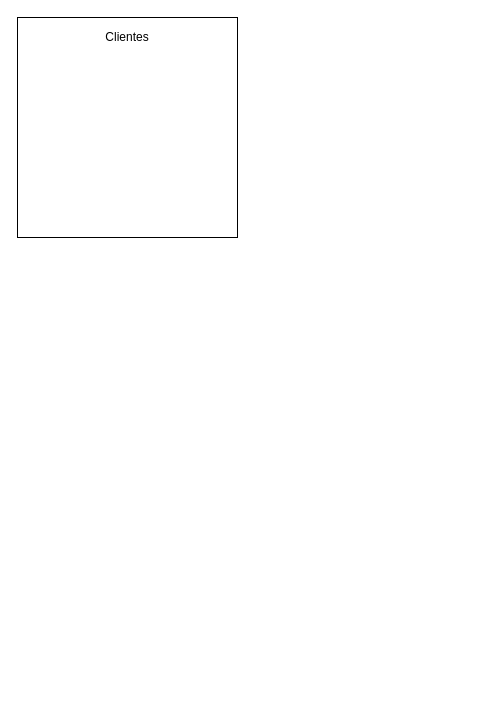
This is Untitled Diagram.drawio from JoseFredes/vetlover, a draw.io file, before an edit. Source tidied: cells renumbered, new cells numbered last; positions are measured from the earlier drawing's top-left corner, leaving out a move shared by most shapes. Both pictures are drawn from the tidied source at 100%, with x=0, y=0 at pixel (17, 17).
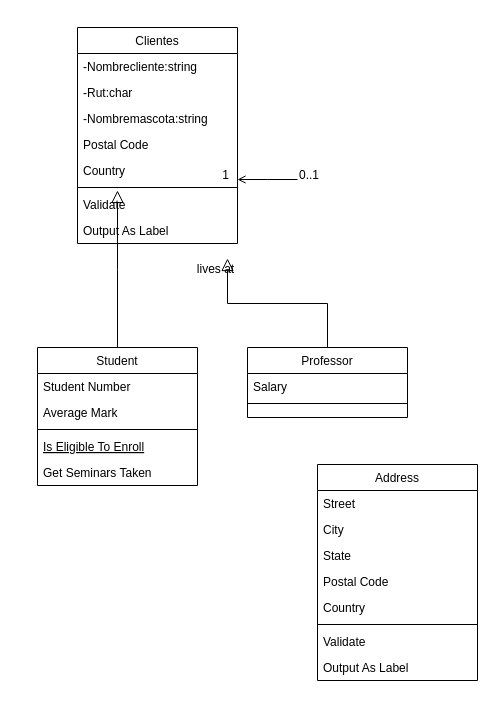
The same page after the edit.

Diff of the diagram source:
```diff
@@
-    <mxCell id="2" style="rounded=0;whiteSpace=wrap;html=1;" parent="1" vertex="1">
-      <mxGeometry width="220" height="220" as="geometry" />
-    </mxCell>
+    <mxCell id="4" style="endArrow=open;shadow=0;strokeWidth=1;rounded=0;endFill=1;edgeStyle=elbowEdgeStyle;elbow=vertical;" parent="1" edge="1" target="3">
+      <mxGeometry x="0.5" y="41" relative="1" as="geometry">
+        <mxPoint x="280" y="162" as="sourcePoint" />
+        <mxPoint x="-40" y="32" as="offset" />
+      </mxGeometry>
+    </mxCell>
+    <mxCell id="5" value="0..1" style="align=left;verticalAlign=bottom;labelBackgroundColor=none;fontSize=12;" parent="4" vertex="1">
+      <mxGeometry x="-1" relative="1" as="geometry">
+        <mxPoint y="4" as="offset" />
+      </mxGeometry>
+    </mxCell>
+    <mxCell id="6" value="1" style="align=right;verticalAlign=bottom;labelBackgroundColor=none;fontSize=12;" parent="4" vertex="1">
+      <mxGeometry x="1" relative="1" as="geometry">
+        <mxPoint x="-7" y="4" as="offset" />
+      </mxGeometry>
+    </mxCell>
+    <mxCell id="7" value="lives at" style="text;html=1;align=center;verticalAlign=middle;labelBackgroundColor=none;rounded=0;shadow=0;strokeWidth=1;fontSize=12;" parent="4" vertex="1">
+      <mxGeometry x="0.5" y="49" relative="1" as="geometry">
+        <mxPoint x="-38" y="40" as="offset" />
+      </mxGeometry>
+    </mxCell>
+    <mxCell id="8" value="Student" style="swimlane;fontStyle=0;align=center;verticalAlign=top;horizontal=1;startSize=26;rounded=0;shadow=0;strokeWidth=1;" parent="1" vertex="1">
+      <mxGeometry x="20" y="330" width="160" height="138" as="geometry" />
+    </mxCell>
+    <mxCell id="9" value="Student Number" style="text;align=left;verticalAlign=top;spacingLeft=4;spacingRight=4;overflow=hidden;" parent="8" vertex="1">
+      <mxGeometry y="26" width="160" height="26" as="geometry" />
+    </mxCell>
+    <mxCell id="10" value="Average Mark" style="text;align=left;verticalAlign=top;spacingLeft=4;spacingRight=4;overflow=hidden;rounded=0;shadow=0;html=0;" parent="8" vertex="1">
+      <mxGeometry y="52" width="160" height="26" as="geometry" />
+    </mxCell>
+    <mxCell id="11" style="line;html=1;strokeWidth=1;align=left;verticalAlign=middle;spacingTop=-1;spacingLeft=3;spacingRight=3;labelPosition=right;" parent="8" vertex="1">
+      <mxGeometry y="78" width="160" height="8" as="geometry" />
+    </mxCell>
+    <mxCell id="12" value="Is Eligible To Enroll" style="text;align=left;verticalAlign=top;spacingLeft=4;spacingRight=4;overflow=hidden;fontStyle=4;" parent="8" vertex="1">
+      <mxGeometry y="86" width="160" height="26" as="geometry" />
+    </mxCell>
+    <mxCell id="13" value="Get Seminars Taken" style="text;align=left;verticalAlign=top;spacingLeft=4;spacingRight=4;overflow=hidden;" parent="8" vertex="1">
+      <mxGeometry y="112" width="160" height="26" as="geometry" />
+    </mxCell>
+    <mxCell id="14" style="endArrow=block;endSize=10;endFill=0;shadow=0;strokeWidth=1;rounded=0;edgeStyle=elbowEdgeStyle;elbow=vertical;" parent="1" edge="1" source="8">
+      <mxGeometry relative="1" as="geometry">
+        <mxPoint x="100" y="173" as="targetPoint" />
+      </mxGeometry>
+    </mxCell>
+    <mxCell id="15" value="Professor" style="swimlane;fontStyle=0;align=center;verticalAlign=top;horizontal=1;startSize=26;rounded=0;shadow=0;strokeWidth=1;" parent="1" vertex="1">
+      <mxGeometry x="230" y="330" width="160" height="70" as="geometry" />
+    </mxCell>
+    <mxCell id="16" value="Salary" style="text;align=left;verticalAlign=top;spacingLeft=4;spacingRight=4;overflow=hidden;" parent="15" vertex="1">
+      <mxGeometry y="26" width="160" height="26" as="geometry" />
+    </mxCell>
+    <mxCell id="17" style="line;html=1;strokeWidth=1;align=left;verticalAlign=middle;spacingTop=-1;spacingLeft=3;spacingRight=3;labelPosition=right;" parent="15" vertex="1">
+      <mxGeometry y="52" width="160" height="8" as="geometry" />
+    </mxCell>
+    <mxCell id="18" style="endArrow=block;endSize=10;endFill=0;shadow=0;strokeWidth=1;rounded=0;edgeStyle=elbowEdgeStyle;elbow=vertical;" parent="1" edge="1" source="15">
+      <mxGeometry relative="1" as="geometry">
+        <mxPoint x="210" y="241" as="targetPoint" />
+      </mxGeometry>
+    </mxCell>
-    <mxCell id="3" value="Clientes" style="text;html=1;strokeColor=none;fillColor=none;align=center;verticalAlign=middle;whiteSpace=wrap;rounded=0;" parent="1" vertex="1">
-      <mxGeometry x="60" y="10" width="100" height="20" as="geometry" />
+    <mxCell id="3" value="Clientes" style="swimlane;fontStyle=0;align=center;verticalAlign=top;horizontal=1;startSize=26;rounded=0;shadow=0;strokeWidth=1;" parent="1" vertex="1">
+      <mxGeometry x="60" y="10" width="160" height="216" as="geometry" />
     </mxCell>
+    <mxCell id="19" value="-Nombrecliente:string" style="text;align=left;verticalAlign=top;spacingLeft=4;spacingRight=4;overflow=hidden;" parent="3" vertex="1">
+      <mxGeometry y="26" width="160" height="26" as="geometry" />
+    </mxCell>
+    <mxCell id="20" value="-Rut:char" style="text;align=left;verticalAlign=top;spacingLeft=4;spacingRight=4;overflow=hidden;rounded=0;shadow=0;html=0;" parent="3" vertex="1">
+      <mxGeometry y="52" width="160" height="26" as="geometry" />
+    </mxCell>
+    <mxCell id="21" value="-Nombremascota:string" style="text;align=left;verticalAlign=top;spacingLeft=4;spacingRight=4;overflow=hidden;rounded=0;shadow=0;html=0;" parent="3" vertex="1">
+      <mxGeometry y="78" width="160" height="26" as="geometry" />
+    </mxCell>
+    <mxCell id="22" value="Postal Code" style="text;align=left;verticalAlign=top;spacingLeft=4;spacingRight=4;overflow=hidden;rounded=0;shadow=0;html=0;" parent="3" vertex="1">
+      <mxGeometry y="104" width="160" height="26" as="geometry" />
+    </mxCell>
+    <mxCell id="23" value="Country" style="text;align=left;verticalAlign=top;spacingLeft=4;spacingRight=4;overflow=hidden;rounded=0;shadow=0;html=0;" parent="3" vertex="1">
+      <mxGeometry y="130" width="160" height="26" as="geometry" />
+    </mxCell>
+    <mxCell id="24" style="line;html=1;strokeWidth=1;align=left;verticalAlign=middle;spacingTop=-1;spacingLeft=3;spacingRight=3;labelPosition=right;" parent="3" vertex="1">
+      <mxGeometry y="156" width="160" height="8" as="geometry" />
+    </mxCell>
+    <mxCell id="25" value="Validate" style="text;align=left;verticalAlign=top;spacingLeft=4;spacingRight=4;overflow=hidden;" parent="3" vertex="1">
+      <mxGeometry y="164" width="160" height="26" as="geometry" />
+    </mxCell>
+    <mxCell id="26" value="Output As Label" style="text;align=left;verticalAlign=top;spacingLeft=4;spacingRight=4;overflow=hidden;" parent="3" vertex="1">
+      <mxGeometry y="190" width="160" height="26" as="geometry" />
+    </mxCell>
+    <mxCell id="27" value="Address" style="swimlane;fontStyle=0;align=center;verticalAlign=top;horizontal=1;startSize=26;rounded=0;shadow=0;strokeWidth=1;" parent="1" vertex="1">
+      <mxGeometry x="300" y="447" width="160" height="216" as="geometry" />
+    </mxCell>
+    <mxCell id="28" value="Street" style="text;align=left;verticalAlign=top;spacingLeft=4;spacingRight=4;overflow=hidden;" parent="27" vertex="1">
+      <mxGeometry y="26" width="160" height="26" as="geometry" />
+    </mxCell>
+    <mxCell id="29" value="City" style="text;align=left;verticalAlign=top;spacingLeft=4;spacingRight=4;overflow=hidden;rounded=0;shadow=0;html=0;" parent="27" vertex="1">
+      <mxGeometry y="52" width="160" height="26" as="geometry" />
+    </mxCell>
+    <mxCell id="30" value="State" style="text;align=left;verticalAlign=top;spacingLeft=4;spacingRight=4;overflow=hidden;rounded=0;shadow=0;html=0;" parent="27" vertex="1">
+      <mxGeometry y="78" width="160" height="26" as="geometry" />
+    </mxCell>
+    <mxCell id="31" value="Postal Code" style="text;align=left;verticalAlign=top;spacingLeft=4;spacingRight=4;overflow=hidden;rounded=0;shadow=0;html=0;" parent="27" vertex="1">
+      <mxGeometry y="104" width="160" height="26" as="geometry" />
+    </mxCell>
+    <mxCell id="32" value="Country" style="text;align=left;verticalAlign=top;spacingLeft=4;spacingRight=4;overflow=hidden;rounded=0;shadow=0;html=0;" parent="27" vertex="1">
+      <mxGeometry y="130" width="160" height="26" as="geometry" />
+    </mxCell>
+    <mxCell id="33" style="line;html=1;strokeWidth=1;align=left;verticalAlign=middle;spacingTop=-1;spacingLeft=3;spacingRight=3;labelPosition=right;" parent="27" vertex="1">
+      <mxGeometry y="156" width="160" height="8" as="geometry" />
+    </mxCell>
+    <mxCell id="34" value="Validate" style="text;align=left;verticalAlign=top;spacingLeft=4;spacingRight=4;overflow=hidden;" parent="27" vertex="1">
+      <mxGeometry y="164" width="160" height="26" as="geometry" />
+    </mxCell>
+    <mxCell id="35" value="Output As Label" style="text;align=left;verticalAlign=top;spacingLeft=4;spacingRight=4;overflow=hidden;" parent="27" vertex="1">
+      <mxGeometry y="190" width="160" height="26" as="geometry" />
+    </mxCell>
```
